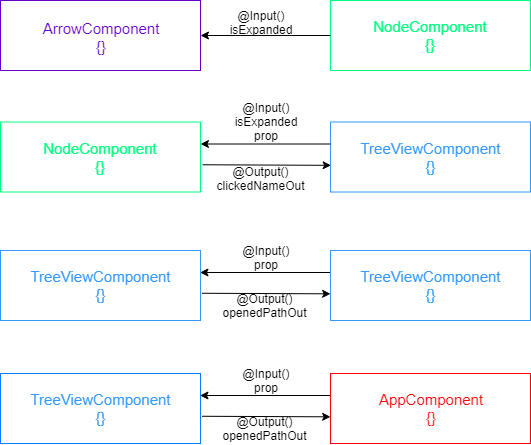
Earlier version of the draw.io export applicationcomponents.png (NiceCodeBro/OpenAPIDefinitionExplorer). Source tidied: cells renumbered, new cells last; positions are measured from the earlier drawing's top-left corner, leaving out a move shared by most shapes.
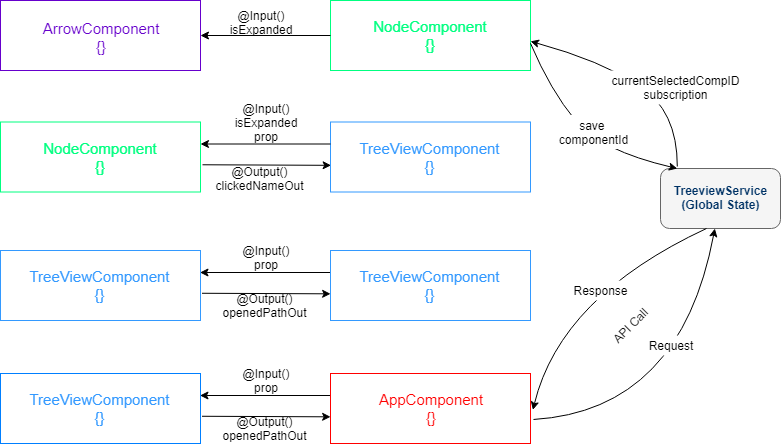
The same diagram one commit later.

What changed in the source:
```diff
@@ -1,4 +1,4 @@
-<mxGraphModel>
+<mxGraphModel background="#ffffff">
   <root>
     <mxCell id="0" />
     <mxCell id="1" parent="0" />
@@ -107,5 +107,55 @@
     <mxCell id="31" value="@Output()&lt;br&gt;openedPathOut" style="text;html=1;strokeColor=none;fillColor=none;align=center;verticalAlign=middle;whiteSpace=wrap;rounded=0;" parent="1" vertex="1">
       <mxGeometry x="221.5" y="418" width="86" height="20" as="geometry" />
     </mxCell>
+    <mxCell id="32" value="&lt;b&gt;&lt;font color=&quot;#003366&quot;&gt;TreeviewService&lt;br&gt;(Global State)&lt;/font&gt;&lt;/b&gt;" style="rounded=1;whiteSpace=wrap;html=1;strokeColor=#666666;fillColor=#f5f5f5;fontColor=#333333;" parent="1" vertex="1">
+      <mxGeometry x="660" y="168" width="120" height="60" as="geometry" />
+    </mxCell>
+    <mxCell id="33" style="curved=1;endArrow=classic;html=1;exitX=1.015;exitY=0.657;exitDx=0;exitDy=0;exitPerimeter=0;" parent="1" edge="1" source="26" target="32">
+      <mxGeometry relative="1" as="geometry">
+        <Array as="points">
+          <mxPoint x="680" y="410" />
+        </Array>
+      </mxGeometry>
+    </mxCell>
+    <mxCell id="34" style="curved=1;endArrow=classic;html=1;exitX=0.383;exitY=1;exitDx=0;exitDy=0;exitPerimeter=0;entryX=1.012;entryY=0.521;entryDx=0;entryDy=0;entryPerimeter=0;" parent="1" edge="1" source="32" target="26">
+      <mxGeometry relative="1" as="geometry">
+        <Array as="points">
+          <mxPoint x="560" y="296" />
+        </Array>
+      </mxGeometry>
+    </mxCell>
+    <mxCell id="35" value="API Call" style="text;html=1;strokeColor=none;fillColor=none;align=center;verticalAlign=middle;whiteSpace=wrap;rounded=0;rotation=-45;" parent="1" vertex="1">
+      <mxGeometry x="600" y="315" width="60" height="20" as="geometry" />
+    </mxCell>
+    <mxCell id="36" value="Response" style="text;html=1;strokeColor=none;fillColor=#ffffff;align=center;verticalAlign=middle;whiteSpace=wrap;rounded=0;" parent="1" vertex="1">
+      <mxGeometry x="580" y="280" width="40" height="20" as="geometry" />
+    </mxCell>
+    <mxCell id="37" value="Request" style="text;html=1;strokeColor=none;fillColor=#ffffff;align=center;verticalAlign=middle;whiteSpace=wrap;rounded=0;" parent="1" vertex="1">
+      <mxGeometry x="650" y="335" width="40" height="20" as="geometry" />
+    </mxCell>
+    <mxCell id="38" style="curved=1;endArrow=classic;html=1;exitX=0.14;exitY=-0.033;exitDx=0;exitDy=0;exitPerimeter=0;entryX=1;entryY=0.584;entryDx=0;entryDy=0;entryPerimeter=0;" parent="1" edge="1" source="32" target="4">
+      <mxGeometry relative="1" as="geometry">
+        <Array as="points">
+          <mxPoint x="677" y="110" />
+          <mxPoint x="600" y="60" />
+        </Array>
+      </mxGeometry>
+    </mxCell>
+    <mxCell id="39" style="curved=1;endArrow=none;html=1;exitX=0.14;exitY=-0.033;exitDx=0;exitDy=0;exitPerimeter=0;entryX=1;entryY=0.584;entryDx=0;entryDy=0;entryPerimeter=0;startArrow=classic;startFill=1;endFill=0;" parent="1" edge="1">
+      <mxGeometry relative="1" as="geometry">
+        <mxPoint x="676.8" y="168" as="sourcePoint" />
+        <mxPoint x="530" y="42.9" as="targetPoint" />
+        <Array as="points">
+          <mxPoint x="600" y="150" />
+          <mxPoint x="550" y="90" />
+        </Array>
+      </mxGeometry>
+    </mxCell>
+    <mxCell id="40" value="currentSelectedCompID&lt;br&gt;subscription" style="text;html=1;strokeColor=none;fillColor=#ffffff;align=center;verticalAlign=middle;whiteSpace=wrap;rounded=0;rotation=0;" parent="1" vertex="1">
+      <mxGeometry x="610" y="70" width="130" height="34" as="geometry" />
+    </mxCell>
+    <mxCell id="41" value="save&amp;nbsp;&lt;br&gt;componentId" style="text;html=1;strokeColor=none;fillColor=#ffffff;align=center;verticalAlign=middle;whiteSpace=wrap;rounded=0;rotation=0;" parent="1" vertex="1">
+      <mxGeometry x="555" y="114.5" width="75" height="34" as="geometry" />
+    </mxCell>
   </root>
 </mxGraphModel>
```
